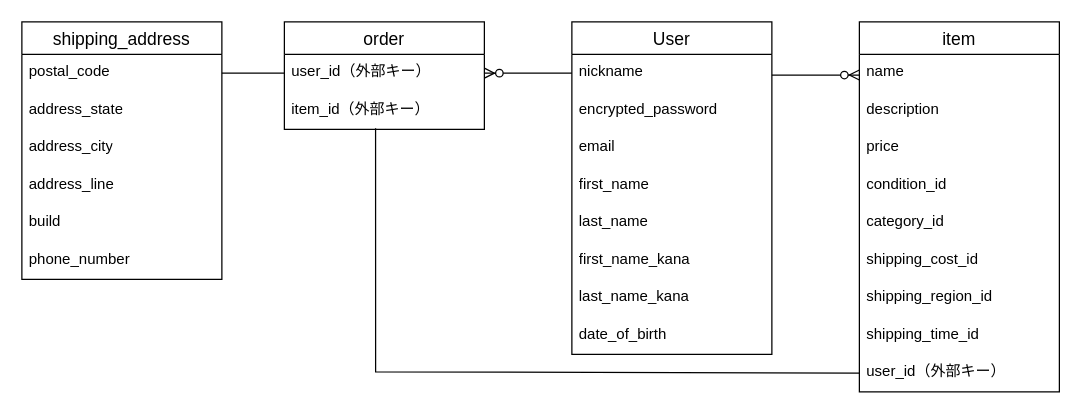
Before: ER.dio in agkazuya/furima-41808, a draw.io diagram. Source tidied: cells renumbered, new cells numbered last; positions are measured from the earlier drawing's top-left corner, leaving out a move shared by most shapes. Both pictures are drawn from the tidied source at 125%, with x=0, y=0 at pixel (21, -1).
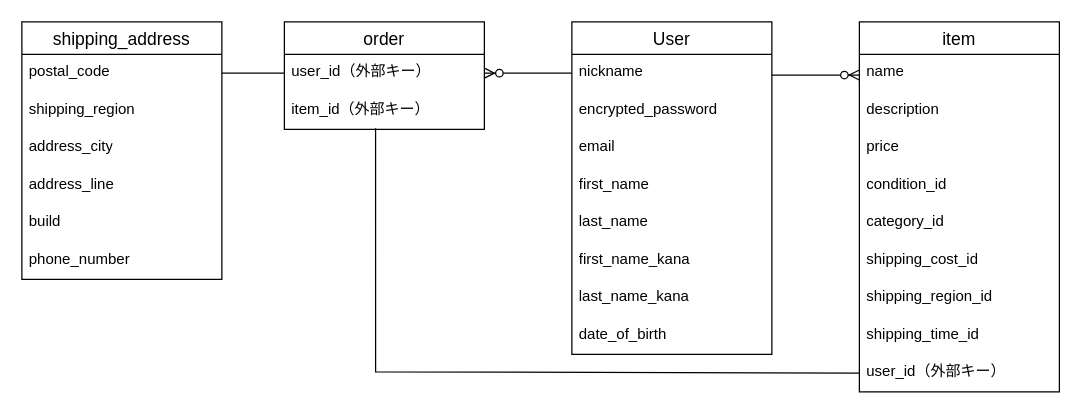
Above is the later version.

Commit message (it also covers changes not shown here):
データベース設計

The change refers to these unchanged cells:
```xml
<mxCell id="26" value="shipping_address" style="swimlane;fontStyle=0;horizontal=1;startSize=26;align=center;fontSize=14;" parent="1" vertex="1">
  <mxGeometry y="18" width="160" height="206" as="geometry" />
</mxCell>
```

Change to the diagram source:
```diff
@@
-    <mxCell id="28" value="address_state" style="text;strokeColor=none;fillColor=none;spacingLeft=4;spacingRight=4;overflow=hidden;fontSize=12;whiteSpace=wrap;html=1;" parent="26" vertex="1">
+    <mxCell id="28" value="shipping_region" style="text;strokeColor=none;fillColor=none;spacingLeft=4;spacingRight=4;overflow=hidden;fontSize=12;whiteSpace=wrap;html=1;" parent="26" vertex="1">
       <mxGeometry y="56" width="160" height="30" as="geometry" />
     </mxCell>
```
